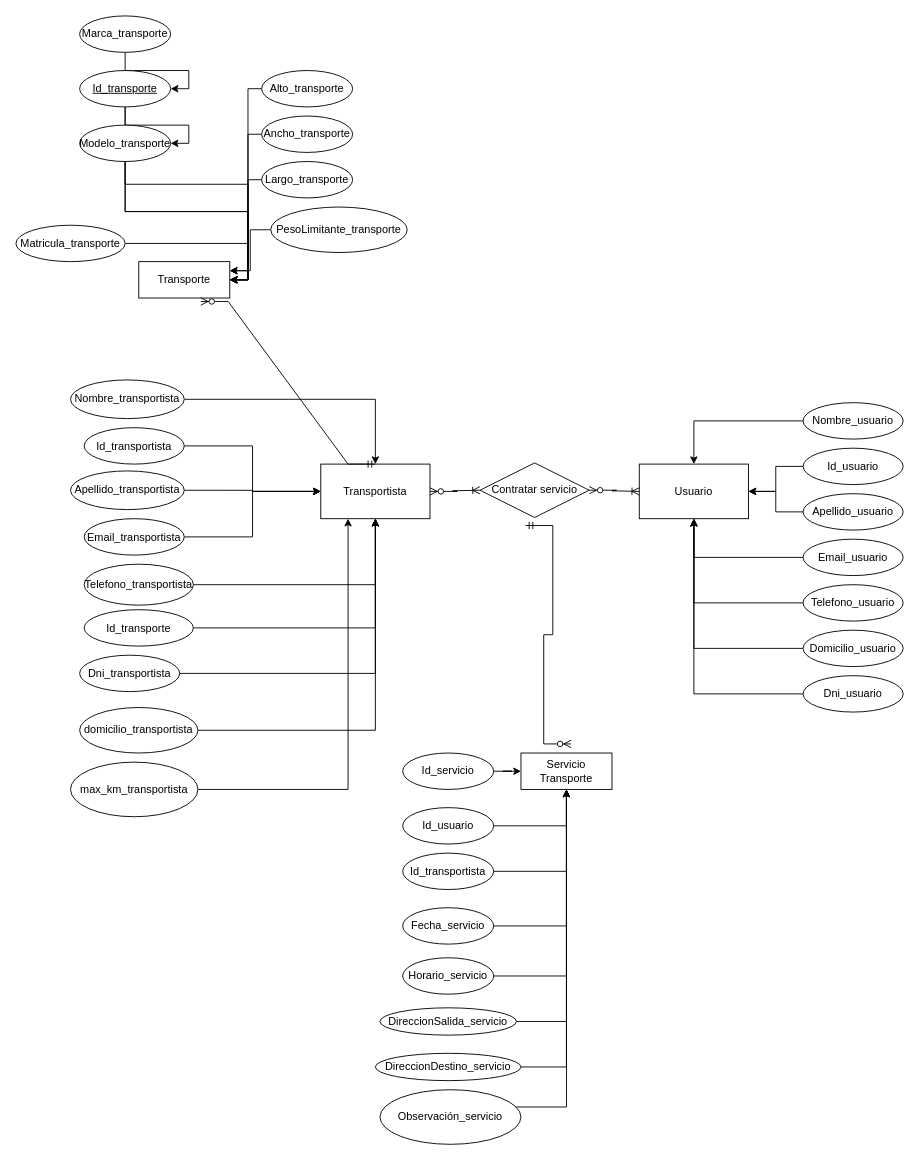
This is Diagrama sin título.drawio from projects-assignments/mudapp-grupo-5, a draw.io file, before an edit. Source tidied: cells renumbered, new cells numbered last; positions are measured from the earlier drawing's top-left corner, leaving out a move shared by most shapes. Both pictures are drawn from the tidied source at 91%, with x=0, y=0 at pixel (15, 15).
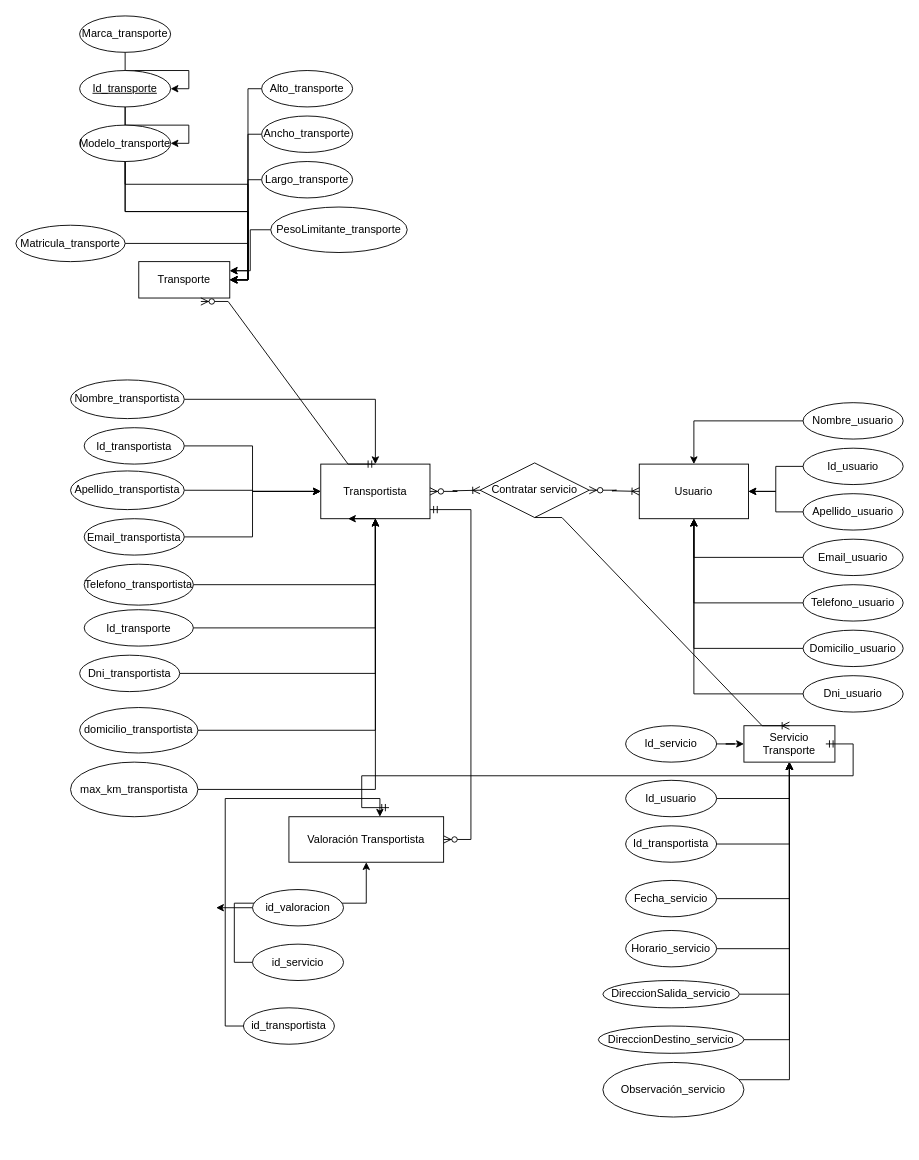
Above is the later version.

The change refers to these unchanged cells:
```xml
<mxCell id="2" value="Transportista" style="rounded=0;whiteSpace=wrap;html=1;" parent="1" vertex="1">
  <mxGeometry x="335" y="492.5" width="120" height="60" as="geometry" />
</mxCell>
<mxCell id="47" value="Contratar servicio" style="shape=rhombus;perimeter=rhombusPerimeter;whiteSpace=wrap;html=1;align=center;" parent="1" vertex="1">
  <mxGeometry x="510" y="491.2" width="120" height="60" as="geometry" />
</mxCell>
<mxCell id="72" value="max_km_transportista" style="ellipse;whiteSpace=wrap;html=1;align=center;" parent="1" vertex="1">
  <mxGeometry x="60" y="820" width="140" height="60" as="geometry" />
</mxCell>
```

What changed in the source:
```diff
@@
     <mxCell id="32" value="Servicio Transporte" style="whiteSpace=wrap;html=1;align=center;" parent="1" vertex="1">
-      <mxGeometry x="555" y="810" width="100" height="40" as="geometry" />
+      <mxGeometry x="800" y="780" width="100" height="40" as="geometry" />
     </mxCell>
@@
     <mxCell id="34" value="Id_servicio" style="ellipse;whiteSpace=wrap;html=1;align=center;" parent="1" vertex="1">
-      <mxGeometry x="425" y="810" width="100" height="40" as="geometry" />
+      <mxGeometry x="670" y="780" width="100" height="40" as="geometry" />
     </mxCell>
@@
     <mxCell id="36" value="Fecha_servicio" style="ellipse;whiteSpace=wrap;html=1;align=center;" parent="1" vertex="1">
-      <mxGeometry x="425" y="980" width="100" height="40" as="geometry" />
+      <mxGeometry x="670" y="950" width="100" height="40" as="geometry" />
     </mxCell>
@@
     <mxCell id="38" value="Horario_servicio" style="ellipse;whiteSpace=wrap;html=1;align=center;" parent="1" vertex="1">
-      <mxGeometry x="425" y="1035" width="100" height="40" as="geometry" />
+      <mxGeometry x="670" y="1005" width="100" height="40" as="geometry" />
     </mxCell>
@@
     <mxCell id="40" value="Id_transportista" style="ellipse;whiteSpace=wrap;html=1;align=center;" parent="1" vertex="1">
-      <mxGeometry x="425" y="920" width="100" height="40" as="geometry" />
+      <mxGeometry x="670" y="890" width="100" height="40" as="geometry" />
     </mxCell>
@@
     <mxCell id="42" value="Id_usuario" style="ellipse;whiteSpace=wrap;html=1;align=center;" parent="1" vertex="1">
-      <mxGeometry x="425" y="870" width="100" height="40" as="geometry" />
+      <mxGeometry x="670" y="840" width="100" height="40" as="geometry" />
     </mxCell>
@@
     <mxCell id="44" value="DireccionSalida_servicio" style="ellipse;whiteSpace=wrap;html=1;align=center;" parent="1" vertex="1">
-      <mxGeometry x="400" y="1090" width="150" height="30" as="geometry" />
+      <mxGeometry x="645" y="1060" width="150" height="30" as="geometry" />
     </mxCell>
@@
     <mxCell id="46" value="DireccionDestino_servicio" style="ellipse;whiteSpace=wrap;html=1;align=center;" parent="1" vertex="1">
-      <mxGeometry x="395" y="1140" width="160" height="30" as="geometry" />
+      <mxGeometry x="640" y="1110" width="160" height="30" as="geometry" />
     </mxCell>
@@
-    <mxCell id="50" style="edgeStyle=entityRelationEdgeStyle;fontSize=12;html=1;endArrow=ERzeroToMany;startArrow=ERmandOne;rounded=0;" parent="1" edge="1">
+    <mxCell id="50" style="edgeStyle=entityRelationEdgeStyle;fontSize=12;html=1;endArrow=ERzeroToMany;startArrow=ERmandOne;rounded=0;" parent="1" edge="1" target="77">
       <mxGeometry relative="1" as="geometry">
-        <mxPoint x="560" y="560" as="sourcePoint" />
-        <mxPoint x="610" y="800" as="targetPoint" />
+        <mxPoint x="455" y="542.5" as="sourcePoint" />
         <Array as="points">
-          <mxPoint x="555" y="545.3" />
-          <mxPoint x="675" y="839.7" />
-          <mxPoint x="610" y="790" />
-          <mxPoint x="610" y="790" />
-          <mxPoint x="595" y="735.3" />
+          <mxPoint x="450" y="527.8" />
+          <mxPoint x="570" y="822.2" />
+          <mxPoint x="505" y="772.5" />
+          <mxPoint x="505" y="772.5" />
+          <mxPoint x="490" y="717.8" />
         </Array>
       </mxGeometry>
     </mxCell>
@@
     <mxCell id="67" style="edgeStyle=orthogonalEdgeStyle;rounded=0;jettySize=auto;html=1;exitX=1;exitY=0;exitDx=0;exitDy=0;entryX=0.5;entryY=1;entryDx=0;entryDy=0;" parent="1" edge="1" source="68" target="32">
       <mxGeometry relative="1" as="geometry">
         <Array as="points">
-          <mxPoint x="605" y="1199" />
+          <mxPoint x="850" y="1169" />
         </Array>
       </mxGeometry>
     </mxCell>
     <mxCell id="68" value="Observación_servicio&lt;br&gt;" style="ellipse;whiteSpace=wrap;html=1;align=center;" parent="1" vertex="1">
-      <mxGeometry x="400" y="1180" width="155" height="60" as="geometry" />
+      <mxGeometry x="645" y="1150" width="155" height="60" as="geometry" />
     </mxCell>
@@
     <mxCell id="71" style="edgeStyle=orthogonalEdgeStyle;rounded=0;jettySize=auto;html=1;exitX=1;exitY=0.5;exitDx=0;exitDy=0;entryX=0.25;entryY=1;entryDx=0;entryDy=0;" parent="1" edge="1" source="72" target="2">
-      <mxGeometry relative="1" as="geometry" />
+      <mxGeometry relative="1" as="geometry">
+        <Array as="points">
+          <mxPoint x="395" y="850" />
+          <mxPoint x="395" y="552" />
+        </Array>
+      </mxGeometry>
     </mxCell>
@@
+    <mxCell id="77" value="Valoración Transportista" style="whiteSpace=wrap;html=1;align=center;" parent="1" vertex="1">
+      <mxGeometry x="300" y="880" width="170" height="50" as="geometry" />
+    </mxCell>
+    <mxCell id="78" style="edgeStyle=orthogonalEdgeStyle;rounded=0;jettySize=auto;html=1;exitX=0;exitY=0.5;exitDx=0;exitDy=0;entryX=0.5;entryY=1;entryDx=0;entryDy=0;" parent="1" edge="1" source="79" target="77">
+      <mxGeometry relative="1" as="geometry" />
+    </mxCell>
+    <mxCell id="79" value="id_servicio" style="ellipse;whiteSpace=wrap;html=1;align=center;" parent="1" vertex="1">
+      <mxGeometry x="260" y="1020" width="100" height="40" as="geometry" />
+    </mxCell>
+    <mxCell id="80" value="id_transportista" style="ellipse;whiteSpace=wrap;html=1;align=center;" parent="1" vertex="1">
+      <mxGeometry x="250" y="1090" width="100" height="40" as="geometry" />
+    </mxCell>
+    <mxCell id="81" style="edgeStyle=orthogonalEdgeStyle;rounded=0;jettySize=auto;html=1;exitX=0;exitY=0.5;exitDx=0;exitDy=0;entryX=1;entryY=0;entryDx=0;entryDy=0;" parent="1" edge="1" source="82">
+      <mxGeometry relative="1" as="geometry">
+        <mxPoint x="220" y="980" as="targetPoint" />
+      </mxGeometry>
+    </mxCell>
+    <mxCell id="82" value="id_valoracion" style="ellipse;whiteSpace=wrap;html=1;align=center;" parent="1" vertex="1">
+      <mxGeometry x="260" y="960" width="100" height="40" as="geometry" />
+    </mxCell>
+    <mxCell id="83" style="edgeStyle=orthogonalEdgeStyle;rounded=0;jettySize=auto;html=1;exitX=0;exitY=0.5;exitDx=0;exitDy=0;entryX=0.588;entryY=0;entryDx=0;entryDy=0;entryPerimeter=0;exitPerimeter=0;" parent="1" edge="1" source="80" target="77">
+      <mxGeometry relative="1" as="geometry" />
+    </mxCell>
+    <mxCell id="84" style="edgeStyle=entityRelationEdgeStyle;fontSize=12;html=1;endArrow=ERmandOne;startArrow=ERmandOne;rounded=0;" parent="1" edge="1">
+      <mxGeometry relative="1" as="geometry">
+        <mxPoint x="890" y="800" as="sourcePoint" />
+        <mxPoint x="410" y="870" as="targetPoint" />
+        <Array as="points">
+          <mxPoint x="610" y="1050" />
+          <mxPoint x="540" y="1160" />
+        </Array>
+      </mxGeometry>
+    </mxCell>
+    <mxCell id="85" style="edgeStyle=entityRelationEdgeStyle;fontSize=12;html=1;endArrow=ERoneToMany;rounded=0;exitX=0.5;exitY=1;exitDx=0;exitDy=0;entryX=0.5;entryY=0;entryDx=0;entryDy=0;" parent="1" edge="1" source="47" target="32">
+      <mxGeometry relative="1" as="geometry" />
+    </mxCell>
```
